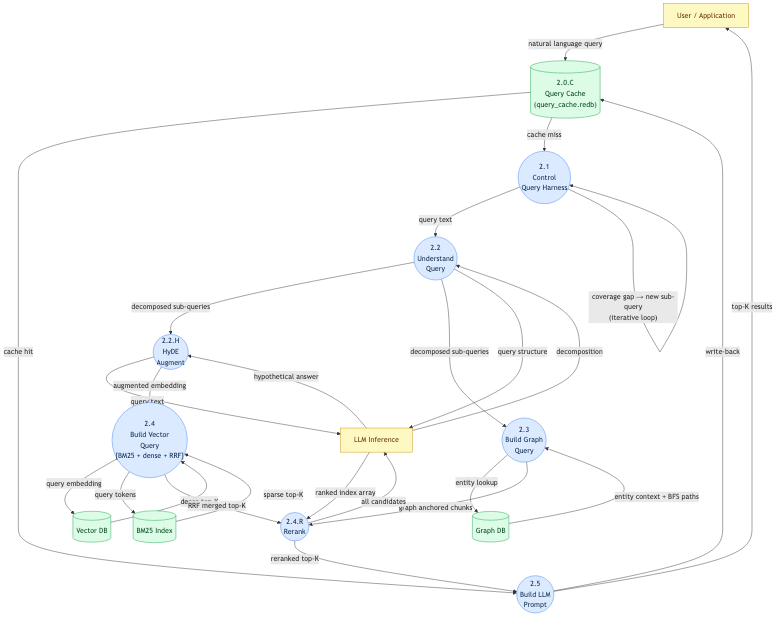
This is projects/kwaai-knowledge/design/architecture/dfd-2-query.png from Kwaai-AI-Lab/KwaaiNet, a Mermaid export, as it was before one commit. Its source is kept beside it as projects/kwaai-knowledge/design/architecture/dfd-2-query.mmd. Source of this version:
```mermaid
flowchart TD
    classDef process fill:#dbeafe,stroke:#3b82f6,color:#1e3a5f
    classDef external fill:#fef9c3,stroke:#ca8a04,color:#713f12
    classDef store fill:#dcfce7,stroke:#16a34a,color:#14532d

    USER["User / Application"]:::external
    LLM["LLM Inference"]:::external

    VDB[("Vector DB")]:::store
    GDB[("Graph DB")]:::store
    BM25S[("BM25 Index")]:::store
    CACHE[("2.0.C\nQuery Cache\n(query_cache.redb)")]:::store

    P21(("2.1\nControl\nQuery Harness")):::process
    P22(("2.2\nUnderstand\nQuery")):::process
    P22H(("2.2.H\nHyDE\nAugment")):::process
    P23(("2.3\nBuild Graph\nQuery")):::process
    P24(("2.4\nBuild Vector\nQuery\n[BM25 + dense + RRF]")):::process
    P24R(("2.4.R\nRerank")):::process
    P25(("2.5\nBuild LLM\nPrompt")):::process


    USER -->|"natural language query"| CACHE
    CACHE -->|"cache hit"| P25
    CACHE -->|"cache miss"| P21

    P21 -->|"query text"| P22
    P22 -->|"decomposed sub-queries"| P22H
    P22 -->|"decomposed sub-queries"| P23
    P22 -->|"query structure"| LLM
    LLM -->|"decomposition"| P22

    P22H -->|"query text"| LLM
    LLM -->|"hypothetical answer"| P22H
    P22H -->|"augmented embedding"| P24

    P23 -->|"entity lookup"| GDB
    GDB -->|"entity context + BFS paths"| P23
    P23 -->|"graph anchored chunks"| P24R

    P24 -->|"query embedding"| VDB
    VDB -->|"dense top-K"| P24
    P24 -->|"query tokens"| BM25S
    BM25S -->|"sparse top-K"| P24
    P24 -->|"RRF merged top-K"| P24R

    P24R -->|"all candidates"| LLM
    LLM -->|"ranked index array"| P24R
    P24R -->|"reranked top-K"| P25

    P25 -->|"top-K results"| USER
    P25 -->|"write-back"| CACHE

    P21 -->|"coverage gap → new sub-query\n(iterative loop)"| P21
```
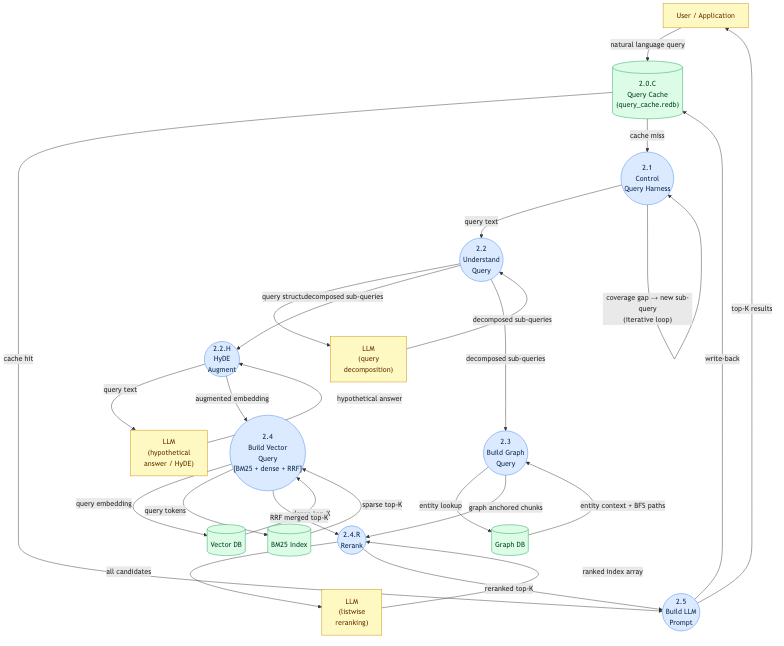
Later version of the same file.

What changed in the source:
```diff
@@ -4,7 +4,10 @@
     classDef store fill:#dcfce7,stroke:#16a34a,color:#14532d
 
     USER["User / Application"]:::external
-    LLM["LLM Inference"]:::external
+
+    LLM22["LLM\n(query\ndecomposition)"]:::external
+    LLM22H["LLM\n(hypothetical\nanswer / HyDE)"]:::external
+    LLM24R["LLM\n(listwise\nreranking)"]:::external
 
     VDB[("Vector DB")]:::store
     GDB[("Graph DB")]:::store
@@ -25,13 +28,13 @@
     CACHE -->|"cache miss"| P21
 
     P21 -->|"query text"| P22
+    P22 -->|"query structure"| LLM22
+    LLM22 -->|"decomposed sub-queries"| P22
     P22 -->|"decomposed sub-queries"| P22H
     P22 -->|"decomposed sub-queries"| P23
-    P22 -->|"query structure"| LLM
-    LLM -->|"decomposition"| P22
 
-    P22H -->|"query text"| LLM
-    LLM -->|"hypothetical answer"| P22H
+    P22H -->|"query text"| LLM22H
+    LLM22H -->|"hypothetical answer"| P22H
     P22H -->|"augmented embedding"| P24
 
     P23 -->|"entity lookup"| GDB
@@ -44,8 +47,8 @@
     BM25S -->|"sparse top-K"| P24
     P24 -->|"RRF merged top-K"| P24R
 
-    P24R -->|"all candidates"| LLM
-    LLM -->|"ranked index array"| P24R
+    P24R -->|"all candidates"| LLM24R
+    LLM24R -->|"ranked index array"| P24R
     P24R -->|"reranked top-K"| P25
 
     P25 -->|"top-K results"| USER
```
